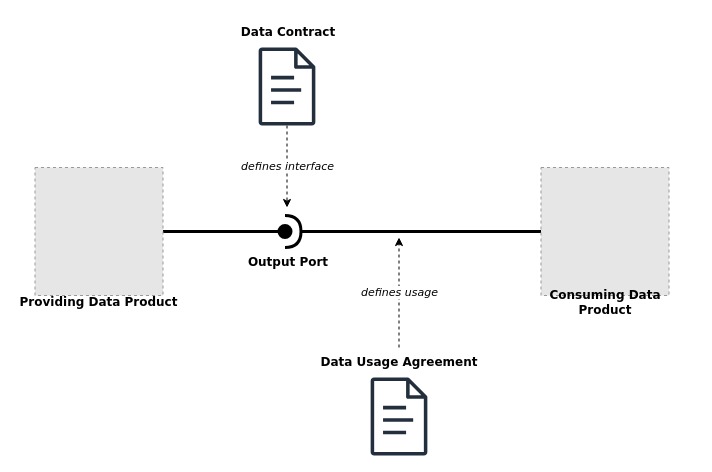
datacontract/datacontract-specification keeps this draw.io diagram as page "Page-1-old" (2 of 3) of diagrams/data_contract_data_usage_agreement.drawio. Above is the earlier version. Source tidied: cells renumbered, new cells numbered last; positions are measured from the earlier drawing's top-left corner, leaving out a move shared by most shapes. Both pictures are drawn from the tidied source at 100%, with x=0, y=0 at pixel (17, 17). Pictures stored in the file or linked from it are replaced by grey dashed boxes.
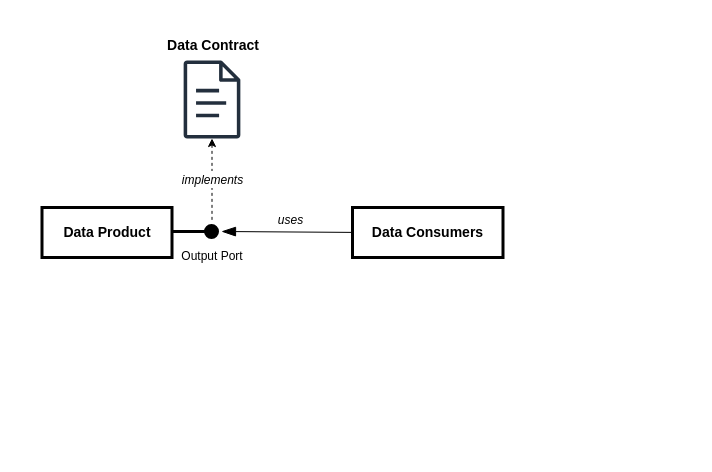
After the change.

What changed in the source:
```diff
@@
-    <mxCell id="2" style="endArrow=oval;html=1;rounded=0;strokeWidth=3;endFill=1;endSize=12;exitX=1;exitY=0.5;exitDx=0;exitDy=0;" parent="1" edge="1" source="13">
+    <mxCell id="2" style="endArrow=oval;html=1;rounded=0;strokeWidth=3;endFill=1;endSize=12;exitX=1;exitY=0.5;exitDx=0;exitDy=0;fontFamily=Helvetica;fontSize=14;" parent="1" edge="1">
       <mxGeometry relative="1" as="geometry">
-        <mxPoint x="267.5" y="214" as="targetPoint" />
+        <mxPoint x="155.5" y="214" as="sourcePoint" />
+        <mxPoint x="194" y="214" as="targetPoint" />
       </mxGeometry>
     </mxCell>
-    <mxCell id="3" style="endArrow=halfCircle;html=1;rounded=0;strokeWidth=3;endFill=0;endSize=12;" parent="1" edge="1" source="10">
+    <mxCell id="3" style="endArrow=blockThin;html=1;rounded=0;strokeWidth=1;endFill=1;endSize=12;fontFamily=Helvetica;fontSize=14;" parent="1" edge="1">
       <mxGeometry relative="1" as="geometry">
-        <mxPoint x="267.5" y="214" as="targetPoint" />
+        <mxPoint x="335" y="214.9" as="sourcePoint" />
+        <mxPoint x="204" y="214" as="targetPoint" />
       </mxGeometry>
     </mxCell>
+    <mxCell id="19" value="uses" style="edgeLabel;html=1;align=center;verticalAlign=middle;fontFamily=Helvetica;fontSize=12;fontStyle=2;" parent="3" vertex="1">
+      <mxGeometry x="-0.21" y="-2" relative="1" as="geometry">
+        <mxPoint x="-11" y="-10" as="offset" />
+      </mxGeometry>
+    </mxCell>
-    <mxCell id="4" value="&lt;b&gt;Output Port&lt;/b&gt;" style="text;html=1;strokeColor=none;fillColor=none;align=center;verticalAlign=middle;whiteSpace=wrap;rounded=0;fontFamily=Verdana;" parent="1" vertex="1">
-      <mxGeometry x="225.5" y="230" width="90" height="30" as="geometry" />
+    <mxCell id="4" value="&lt;span style=&quot;font-size: 12px;&quot;&gt;Output Port&lt;/span&gt;" style="text;html=1;strokeColor=none;fillColor=none;align=center;verticalAlign=middle;whiteSpace=wrap;rounded=0;fontFamily=Helvetica;fontStyle=0;fontSize=12;" parent="1" vertex="1">
+      <mxGeometry x="150" y="224" width="90" height="30" as="geometry" />
     </mxCell>
-    <mxCell id="5" style="group;" parent="1" vertex="1">
-      <mxGeometry x="225.5" width="100" height="190" as="geometry" />
+    <mxCell id="5" style="group;fontFamily=Helvetica;fontSize=14;" parent="1" vertex="1">
+      <mxGeometry x="150.5" y="13" width="100" height="190" as="geometry" />
     </mxCell>
-    <mxCell id="6" value="&lt;font face=&quot;Verdana&quot;&gt;&lt;i&gt;defines interface&lt;/i&gt;&lt;/font&gt;" style="rounded=0;jettySize=auto;html=1;dashed=1;" parent="5" edge="1" source="7">
+    <mxCell id="6" value="&lt;font size=&quot;1&quot; style=&quot;&quot;&gt;&lt;i style=&quot;font-size: 12px;&quot;&gt;implements&lt;/i&gt;&lt;/font&gt;" style="rounded=0;jettySize=auto;html=1;dashed=1;startArrow=classic;startFill=1;endArrow=none;endFill=0;fontFamily=Helvetica;fontSize=14;" parent="5" edge="1" source="7">
       <mxGeometry relative="1" as="geometry">
         <mxPoint x="44" y="190" as="targetPoint" />
       </mxGeometry>
     </mxCell>
-    <mxCell id="7" style="outlineConnect=0;fontColor=#232F3E;gradientColor=none;fillColor=#232F3D;strokeColor=none;dashed=0;verticalLabelPosition=bottom;verticalAlign=top;align=center;html=1;fontSize=12;fontStyle=0;shape=mxgraph.aws4.document;" parent="5" vertex="1">
+    <mxCell id="7" style="outlineConnect=0;fontColor=#232F3E;gradientColor=none;fillColor=#232F3D;strokeColor=none;dashed=0;verticalLabelPosition=bottom;verticalAlign=top;align=center;html=1;fontSize=14;fontStyle=0;shape=mxgraph.aws4.document;fontFamily=Helvetica;" parent="5" vertex="1">
       <mxGeometry x="15.5" y="30" width="57" height="78" as="geometry" />
     </mxCell>
-    <mxCell id="8" value="&lt;b&gt;Data Contract&lt;/b&gt;" style="text;html=1;strokeColor=none;fillColor=none;align=center;verticalAlign=middle;whiteSpace=wrap;rounded=0;fontFamily=Verdana;" parent="5" vertex="1">
+    <mxCell id="8" value="&lt;b style=&quot;font-size: 14px;&quot;&gt;Data Contract&lt;/b&gt;" style="text;html=1;strokeColor=none;fillColor=none;align=center;verticalAlign=middle;whiteSpace=wrap;rounded=0;fontFamily=Helvetica;fontSize=14;" parent="5" vertex="1">
       <mxGeometry x="-10" width="110" height="30" as="geometry" />
     </mxCell>
-    <mxCell id="9" style="group;" parent="1" vertex="1">
-      <mxGeometry x="507.5" y="150" width="170" height="150" as="geometry" />
-    </mxCell>
-    <mxCell id="10" style="fillColor=#E6E6E6;strokeColor=#999999;dashed=1;html=1;verticalAlign=top;verticalLabelPosition=bottom;labelBackgroundColor=#ffffff;" parent="9" vertex="1">
-      <mxGeometry x="16" width="128" height="128" as="geometry" />
-    </mxCell>
-    <mxCell id="11" value="&lt;b&gt;Consuming Data Product&lt;/b&gt;" style="text;html=1;strokeColor=none;fillColor=none;align=center;verticalAlign=middle;whiteSpace=wrap;rounded=0;fontFamily=Verdana;" parent="9" vertex="1">
-      <mxGeometry x="-5" y="120" width="170" height="30" as="geometry" />
-    </mxCell>
-    <mxCell id="12" style="group;" parent="1" vertex="1">
-      <mxGeometry x="7.5" y="150" width="153" height="150" as="geometry" />
-    </mxCell>
-    <mxCell id="13" style="fillColor=#E6E6E6;strokeColor=#999999;dashed=1;html=1;verticalAlign=top;verticalLabelPosition=bottom;labelBackgroundColor=#ffffff;" parent="12" vertex="1">
-      <mxGeometry x="10" width="128" height="128" as="geometry" />
-    </mxCell>
-    <mxCell id="14" value="&lt;b&gt;Providing Data Product&lt;/b&gt;" style="text;html=1;strokeColor=none;fillColor=none;align=center;verticalAlign=middle;whiteSpace=wrap;rounded=0;fontFamily=Verdana;" parent="12" vertex="1">
-      <mxGeometry x="-7.5" y="120" width="163" height="30" as="geometry" />
-    </mxCell>
-    <mxCell id="15" style="group;" parent="1" vertex="1">
-      <mxGeometry x="306.5" y="220" width="160" height="218" as="geometry" />
-    </mxCell>
-    <mxCell id="16" value="&lt;font face=&quot;Verdana&quot;&gt;&lt;i&gt;defines usage&lt;/i&gt;&lt;/font&gt;" style="rounded=0;jettySize=auto;html=1;exitX=0.5;exitY=0;exitDx=0;exitDy=0;dashed=1;" parent="15" edge="1" source="18">
-      <mxGeometry relative="1" as="geometry">
-        <mxPoint x="75" as="targetPoint" />
-      </mxGeometry>
-    </mxCell>
-    <mxCell id="17" style="fontColor=#232F3E;gradientColor=none;fillColor=#232F3D;strokeColor=none;dashed=0;verticalLabelPosition=bottom;verticalAlign=top;align=center;html=1;fontSize=12;fontStyle=0;shape=mxgraph.aws4.document;" parent="15" vertex="1">
-      <mxGeometry x="46.5" y="140" width="57" height="78" as="geometry" />
-    </mxCell>
-    <mxCell id="18" value="&lt;b&gt;Data Usage Agreement&lt;/b&gt;" style="text;html=1;strokeColor=none;fillColor=none;align=center;verticalAlign=middle;whiteSpace=wrap;rounded=0;fontFamily=Verdana;" parent="15" vertex="1">
-      <mxGeometry x="-5" y="110" width="160" height="30" as="geometry" />
-    </mxCell>
+    <mxCell id="20" value="Data Consumers" style="rounded=0;whiteSpace=wrap;html=1;fontFamily=Helvetica;fontStyle=1;strokeWidth=3;fontSize=14;" parent="1" vertex="1">
+      <mxGeometry x="335" y="190" width="150.5" height="50" as="geometry" />
+    </mxCell>
+    <mxCell id="21" value="Data Product" style="rounded=0;whiteSpace=wrap;html=1;fontFamily=Helvetica;fontStyle=1;strokeWidth=3;fontSize=14;" parent="1" vertex="1">
+      <mxGeometry x="24.5" y="190" width="130" height="50" as="geometry" />
+    </mxCell>
```
